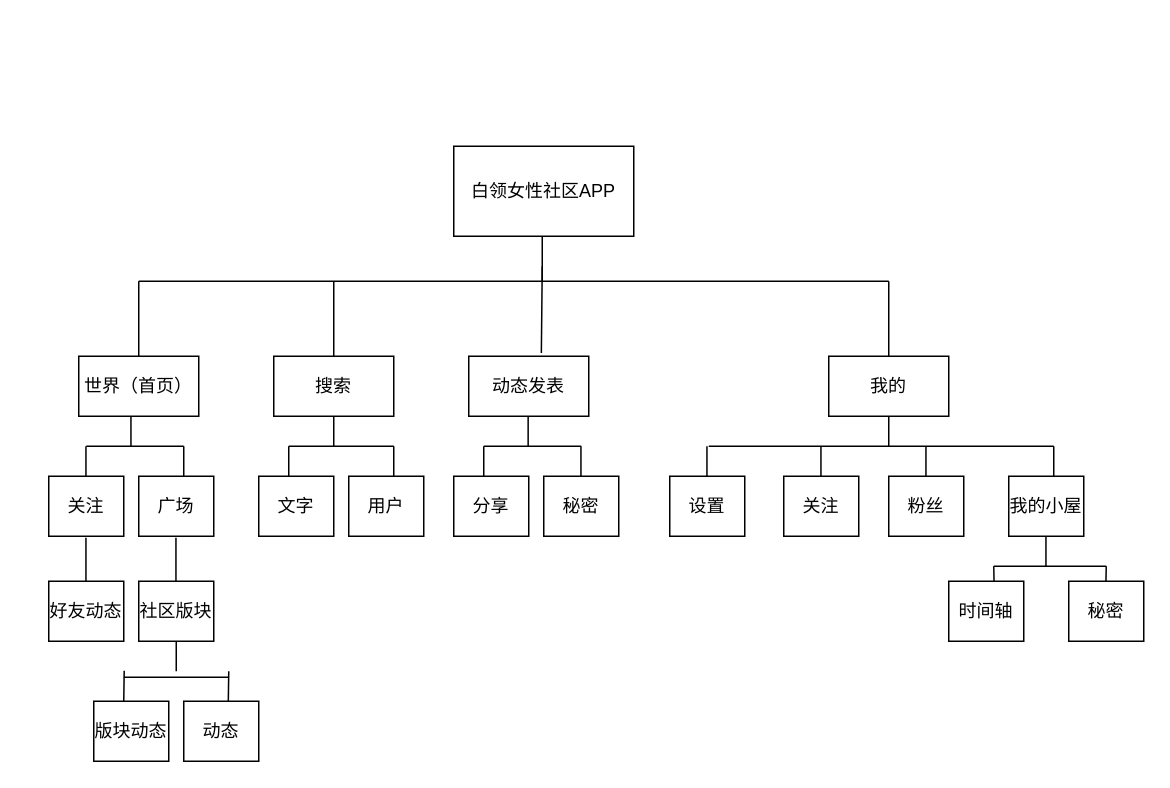
Above: page "Page-1" (1 of 2) of Untitled Diagram.drawio in Corkkly/officeLady (draw.io), before the change. Source tidied: cells renumbered, new cells numbered last; positions are measured from the earlier drawing's top-left corner, leaving out a move shared by most shapes. Both pictures are drawn from the tidied source at 150%, with x=0, y=0 at pixel (48, 146).
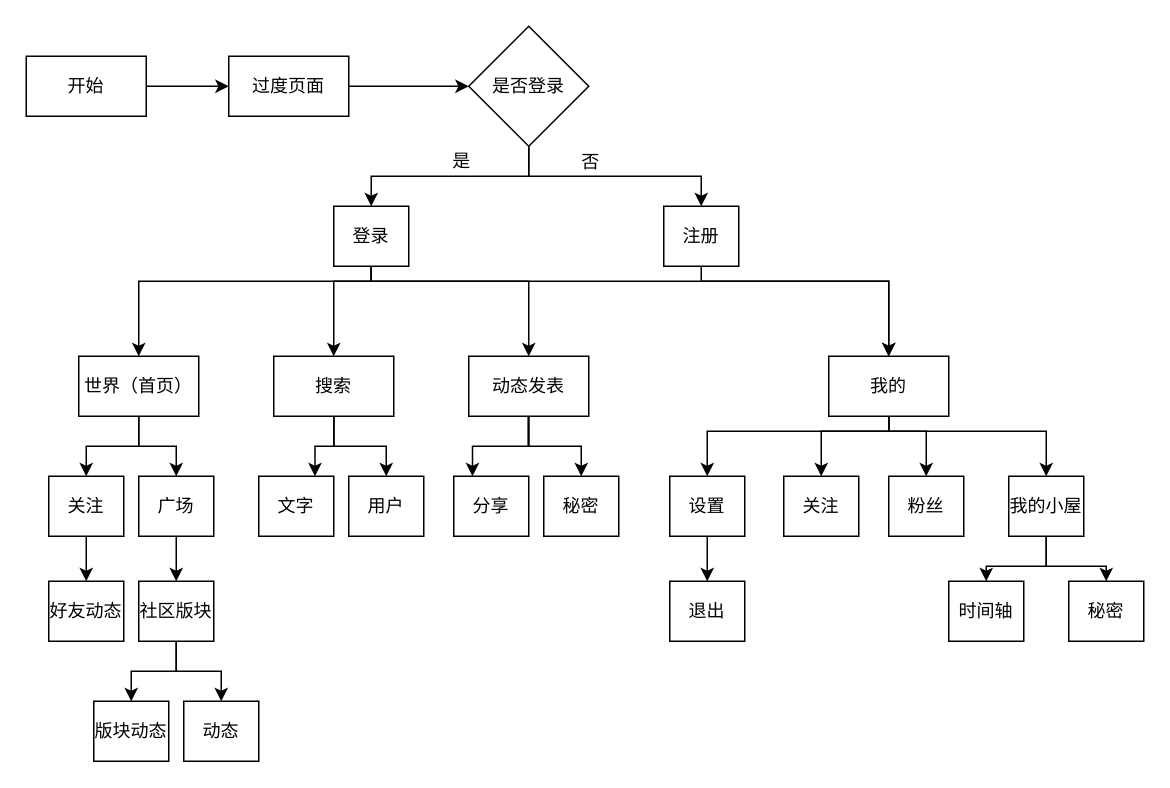
Above is the later version.

Commit message:
Update系统流程图.drawio

Unchanged cells that the change refers to:
```xml
<mxCell id="3" value="搜索" style="rounded=0;whiteSpace=wrap;html=1;" parent="1" vertex="1">
  <mxGeometry x="150" y="140" width="80" height="40" as="geometry" />
</mxCell>
<mxCell id="4" value="世界（首页）" style="rounded=0;whiteSpace=wrap;html=1;" parent="1" vertex="1">
  <mxGeometry x="20" y="140" width="80" height="40" as="geometry" />
</mxCell>
<mxCell id="5" value="动态发表" style="rounded=0;whiteSpace=wrap;html=1;" parent="1" vertex="1">
  <mxGeometry x="280" y="140" width="80" height="40" as="geometry" />
</mxCell>
<mxCell id="6" value="我的" style="rounded=0;whiteSpace=wrap;html=1;" parent="1" vertex="1">
  <mxGeometry x="520" y="140" width="80" height="40" as="geometry" />
</mxCell>
<mxCell id="7" value="关注" style="rounded=0;whiteSpace=wrap;html=1;" parent="1" vertex="1">
  <mxGeometry y="220" width="50" height="40" as="geometry" />
</mxCell>
<mxCell id="8" value="广场" style="rounded=0;whiteSpace=wrap;html=1;" parent="1" vertex="1">
  <mxGeometry x="60" y="220" width="50" height="40" as="geometry" />
</mxCell>
<mxCell id="9" value="好友动态" style="rounded=0;whiteSpace=wrap;html=1;" parent="1" vertex="1">
  <mxGeometry y="290" width="50" height="40" as="geometry" />
</mxCell>
<mxCell id="10" value="社区版块" style="rounded=0;whiteSpace=wrap;html=1;" parent="1" vertex="1">
  <mxGeometry x="60" y="290" width="50" height="40" as="geometry" />
</mxCell>
<mxCell id="11" value="用户" style="rounded=0;whiteSpace=wrap;html=1;" parent="1" vertex="1">
  <mxGeometry x="200" y="220" width="50" height="40" as="geometry" />
</mxCell>
<mxCell id="12" value="版块动态" style="rounded=0;whiteSpace=wrap;html=1;" parent="1" vertex="1">
  <mxGeometry x="30" y="370" width="50" height="40" as="geometry" />
</mxCell>
<mxCell id="13" value="文字" style="rounded=0;whiteSpace=wrap;html=1;" parent="1" vertex="1">
  <mxGeometry x="140" y="220" width="50" height="40" as="geometry" />
</mxCell>
<mxCell id="14" value="动态" style="rounded=0;whiteSpace=wrap;html=1;" parent="1" vertex="1">
  <mxGeometry x="90" y="370" width="50" height="40" as="geometry" />
</mxCell>
<mxCell id="15" value="分享" style="rounded=0;whiteSpace=wrap;html=1;" parent="1" vertex="1">
  <mxGeometry x="270" y="220" width="50" height="40" as="geometry" />
</mxCell>
<mxCell id="16" value="秘密" style="rounded=0;whiteSpace=wrap;html=1;" parent="1" vertex="1">
  <mxGeometry x="330" y="220" width="50" height="40" as="geometry" />
</mxCell>
<mxCell id="17" value="设置" style="rounded=0;whiteSpace=wrap;html=1;" parent="1" vertex="1">
  <mxGeometry x="414" y="220" width="50" height="40" as="geometry" />
</mxCell>
<mxCell id="18" value="关注" style="rounded=0;whiteSpace=wrap;html=1;" parent="1" vertex="1">
  <mxGeometry x="490" y="220" width="50" height="40" as="geometry" />
</mxCell>
<mxCell id="19" value="粉丝" style="rounded=0;whiteSpace=wrap;html=1;" parent="1" vertex="1">
  <mxGeometry x="560" y="220" width="50" height="40" as="geometry" />
</mxCell>
<mxCell id="20" value="我的小屋" style="rounded=0;whiteSpace=wrap;html=1;" parent="1" vertex="1">
  <mxGeometry x="640" y="220" width="50" height="40" as="geometry" />
</mxCell>
<mxCell id="21" value="时间轴" style="rounded=0;whiteSpace=wrap;html=1;" parent="1" vertex="1">
  <mxGeometry x="600" y="290" width="50" height="40" as="geometry" />
</mxCell>
<mxCell id="22" value="秘密&lt;br&gt;" style="rounded=0;whiteSpace=wrap;html=1;" parent="1" vertex="1">
  <mxGeometry x="680" y="290" width="50" height="40" as="geometry" />
</mxCell>
```

Diff of the diagram source:
```diff
@@
-    <mxCell id="2" value="白领女性社区APP" style="rounded=0;whiteSpace=wrap;html=1;" parent="1" vertex="1">
-      <mxGeometry x="270" width="120" height="60" as="geometry" />
-    </mxCell>
+    <mxCell id="58" style="edgeStyle=orthogonalEdgeStyle;rounded=0;jettySize=auto;html=1;entryX=0.75;entryY=0;entryDx=0;entryDy=0;" parent="1" edge="1" source="3" target="13">
+      <mxGeometry relative="1" as="geometry" />
+    </mxCell>
+    <mxCell id="59" style="edgeStyle=orthogonalEdgeStyle;rounded=0;jettySize=auto;html=1;entryX=0.5;entryY=0;entryDx=0;entryDy=0;" parent="1" edge="1" source="3" target="11">
+      <mxGeometry relative="1" as="geometry" />
+    </mxCell>
@@
+    <mxCell id="60" style="edgeStyle=orthogonalEdgeStyle;rounded=0;jettySize=auto;html=1;entryX=0.5;entryY=0;entryDx=0;entryDy=0;" parent="1" edge="1" source="4" target="7">
+      <mxGeometry relative="1" as="geometry">
+        <Array as="points">
+          <mxPoint x="60" y="200" />
+          <mxPoint x="25" y="200" />
+        </Array>
+      </mxGeometry>
+    </mxCell>
+    <mxCell id="61" style="edgeStyle=orthogonalEdgeStyle;rounded=0;jettySize=auto;html=1;entryX=0.5;entryY=0;entryDx=0;entryDy=0;" parent="1" edge="1" source="4" target="8">
+      <mxGeometry relative="1" as="geometry" />
+    </mxCell>
@@
+    <mxCell id="62" style="edgeStyle=orthogonalEdgeStyle;rounded=0;jettySize=auto;html=1;entryX=0.25;entryY=0;entryDx=0;entryDy=0;" parent="1" edge="1" source="5" target="15">
+      <mxGeometry relative="1" as="geometry" />
+    </mxCell>
+    <mxCell id="63" style="edgeStyle=orthogonalEdgeStyle;rounded=0;jettySize=auto;html=1;entryX=0.5;entryY=0;entryDx=0;entryDy=0;" parent="1" edge="1" source="5" target="16">
+      <mxGeometry relative="1" as="geometry" />
+    </mxCell>
@@
+    <mxCell id="64" style="edgeStyle=orthogonalEdgeStyle;rounded=0;jettySize=auto;html=1;entryX=0.5;entryY=0;entryDx=0;entryDy=0;" parent="1" edge="1" source="6" target="17">
+      <mxGeometry relative="1" as="geometry">
+        <Array as="points">
+          <mxPoint x="560" y="190" />
+          <mxPoint x="439" y="190" />
+        </Array>
+      </mxGeometry>
+    </mxCell>
+    <mxCell id="65" style="edgeStyle=orthogonalEdgeStyle;rounded=0;jettySize=auto;html=1;entryX=0.5;entryY=0;entryDx=0;entryDy=0;" parent="1" edge="1" source="6" target="18">
+      <mxGeometry relative="1" as="geometry">
+        <Array as="points">
+          <mxPoint x="560" y="190" />
+          <mxPoint x="515" y="190" />
+        </Array>
+      </mxGeometry>
+    </mxCell>
+    <mxCell id="66" style="edgeStyle=orthogonalEdgeStyle;rounded=0;jettySize=auto;html=1;entryX=0.5;entryY=0;entryDx=0;entryDy=0;" parent="1" edge="1" source="6" target="19">
+      <mxGeometry relative="1" as="geometry">
+        <Array as="points">
+          <mxPoint x="560" y="190" />
+          <mxPoint x="585" y="190" />
+        </Array>
+      </mxGeometry>
+    </mxCell>
+    <mxCell id="67" style="edgeStyle=orthogonalEdgeStyle;rounded=0;jettySize=auto;html=1;entryX=0.5;entryY=0;entryDx=0;entryDy=0;" parent="1" edge="1" source="6" target="20">
+      <mxGeometry relative="1" as="geometry">
+        <Array as="points">
+          <mxPoint x="560" y="190" />
+          <mxPoint x="665" y="190" />
+        </Array>
+      </mxGeometry>
+    </mxCell>
@@
+    <mxCell id="68" style="edgeStyle=orthogonalEdgeStyle;rounded=0;jettySize=auto;html=1;entryX=0.5;entryY=0;entryDx=0;entryDy=0;" parent="1" edge="1" source="7" target="9">
+      <mxGeometry relative="1" as="geometry" />
+    </mxCell>
@@
+    <mxCell id="69" style="edgeStyle=orthogonalEdgeStyle;rounded=0;jettySize=auto;html=1;entryX=0.5;entryY=0;entryDx=0;entryDy=0;" parent="1" edge="1" source="8" target="10">
+      <mxGeometry relative="1" as="geometry" />
+    </mxCell>
@@
+    <mxCell id="70" style="edgeStyle=orthogonalEdgeStyle;rounded=0;jettySize=auto;html=1;entryX=0.5;entryY=0;entryDx=0;entryDy=0;" parent="1" edge="1" source="10" target="12">
+      <mxGeometry relative="1" as="geometry" />
+    </mxCell>
+    <mxCell id="71" style="edgeStyle=orthogonalEdgeStyle;rounded=0;jettySize=auto;html=1;entryX=0.5;entryY=0;entryDx=0;entryDy=0;" parent="1" edge="1" source="10" target="14">
+      <mxGeometry relative="1" as="geometry" />
+    </mxCell>
@@
+    <mxCell id="72" style="edgeStyle=orthogonalEdgeStyle;rounded=0;jettySize=auto;html=1;" parent="1" edge="1" source="17" target="73">
+      <mxGeometry relative="1" as="geometry" />
+    </mxCell>
@@
+    <mxCell id="73" value="退出" style="rounded=0;whiteSpace=wrap;html=1;" parent="1" vertex="1">
+      <mxGeometry x="414" y="290" width="50" height="40" as="geometry" />
+    </mxCell>
@@
+    <mxCell id="74" style="edgeStyle=orthogonalEdgeStyle;rounded=0;jettySize=auto;html=1;entryX=0.5;entryY=0;entryDx=0;entryDy=0;" parent="1" edge="1" source="20" target="22">
+      <mxGeometry relative="1" as="geometry" />
+    </mxCell>
+    <mxCell id="75" style="edgeStyle=orthogonalEdgeStyle;rounded=0;jettySize=auto;html=1;entryX=0.5;entryY=0;entryDx=0;entryDy=0;" parent="1" edge="1" source="20" target="21">
+      <mxGeometry relative="1" as="geometry" />
+    </mxCell>
@@
-    <mxCell id="24" style="endArrow=none;html=1;" parent="1" edge="1">
-      <mxGeometry relative="1" as="geometry">
-        <mxPoint x="60" y="90" as="sourcePoint" />
-        <mxPoint x="560" y="90" as="targetPoint" />
-      </mxGeometry>
-    </mxCell>
-    <mxCell id="25" style="endArrow=none;html=1;" parent="1" edge="1">
-      <mxGeometry relative="1" as="geometry">
-        <mxPoint x="440" y="200" as="sourcePoint" />
-        <mxPoint x="670" y="200" as="targetPoint" />
-      </mxGeometry>
-    </mxCell>
-    <mxCell id="26" style="endArrow=none;html=1;" parent="1" edge="1">
-      <mxGeometry relative="1" as="geometry">
-        <mxPoint x="25" y="200" as="sourcePoint" />
-        <mxPoint x="90" y="200" as="targetPoint" />
-      </mxGeometry>
-    </mxCell>
-    <mxCell id="27" style="endArrow=none;html=1;" parent="1" edge="1">
-      <mxGeometry relative="1" as="geometry">
-        <mxPoint x="160" y="200" as="sourcePoint" />
-        <mxPoint x="230" y="200" as="targetPoint" />
-      </mxGeometry>
-    </mxCell>
-    <mxCell id="28" style="endArrow=none;html=1;" parent="1" edge="1">
-      <mxGeometry relative="1" as="geometry">
-        <mxPoint x="290" y="200" as="sourcePoint" />
-        <mxPoint x="355" y="200" as="targetPoint" />
-      </mxGeometry>
-    </mxCell>
-    <mxCell id="29" style="endArrow=none;html=1;" parent="1" edge="1">
-      <mxGeometry relative="1" as="geometry">
-        <mxPoint x="50" y="354" as="sourcePoint" />
-        <mxPoint x="120" y="354" as="targetPoint" />
-      </mxGeometry>
-    </mxCell>
-    <mxCell id="30" style="endArrow=none;html=1;" parent="1" edge="1">
-      <mxGeometry relative="1" as="geometry">
-        <mxPoint x="630" y="280" as="sourcePoint" />
-        <mxPoint x="705" y="280" as="targetPoint" />
-      </mxGeometry>
-    </mxCell>
-    <mxCell id="31" style="endArrow=none;html=1;" parent="1" edge="1">
-      <mxGeometry relative="1" as="geometry">
-        <mxPoint x="560" y="140" as="sourcePoint" />
-        <mxPoint x="560" y="90" as="targetPoint" />
-      </mxGeometry>
-    </mxCell>
-    <mxCell id="32" style="endArrow=none;html=1;" parent="1" edge="1">
-      <mxGeometry relative="1" as="geometry">
-        <mxPoint x="60" y="140" as="sourcePoint" />
-        <mxPoint x="60" y="90" as="targetPoint" />
-      </mxGeometry>
-    </mxCell>
-    <mxCell id="33" style="endArrow=none;html=1;" parent="1" edge="1">
-      <mxGeometry relative="1" as="geometry">
-        <mxPoint x="329" y="90" as="sourcePoint" />
-        <mxPoint x="329" y="60" as="targetPoint" />
-      </mxGeometry>
-    </mxCell>
-    <mxCell id="34" style="endArrow=none;html=1;" parent="1" edge="1">
-      <mxGeometry relative="1" as="geometry">
-        <mxPoint x="190" y="140" as="sourcePoint" />
-        <mxPoint x="190" y="90" as="targetPoint" />
-      </mxGeometry>
-    </mxCell>
-    <mxCell id="35" style="endArrow=none;html=1;exitX=0.605;exitY=-0.055;exitDx=0;exitDy=0;exitPerimeter=0;" parent="1" edge="1" source="5">
-      <mxGeometry relative="1" as="geometry">
-        <mxPoint x="329" y="80" as="targetPoint" />
-      </mxGeometry>
-    </mxCell>
-    <mxCell id="36" style="endArrow=none;html=1;" parent="1" edge="1">
-      <mxGeometry relative="1" as="geometry">
-        <mxPoint x="90" y="200" as="sourcePoint" />
-        <mxPoint x="90" y="220" as="targetPoint" />
-      </mxGeometry>
-    </mxCell>
-    <mxCell id="37" style="endArrow=none;html=1;" parent="1" edge="1">
-      <mxGeometry relative="1" as="geometry">
-        <mxPoint x="24.8" y="200" as="sourcePoint" />
-        <mxPoint x="24.8" y="220" as="targetPoint" />
-      </mxGeometry>
-    </mxCell>
-    <mxCell id="38" style="endArrow=none;html=1;" parent="1" edge="1">
-      <mxGeometry relative="1" as="geometry">
-        <mxPoint x="54.8" y="180" as="sourcePoint" />
-        <mxPoint x="54.8" y="200" as="targetPoint" />
-      </mxGeometry>
-    </mxCell>
@@
-    <mxCell id="40" style="endArrow=none;html=1;" parent="1" edge="1">
-      <mxGeometry relative="1" as="geometry">
-        <mxPoint x="160" y="200" as="sourcePoint" />
-        <mxPoint x="160" y="220" as="targetPoint" />
-      </mxGeometry>
-    </mxCell>
-    <mxCell id="41" style="endArrow=none;html=1;" parent="1" edge="1">
-      <mxGeometry relative="1" as="geometry">
-        <mxPoint x="230" y="200" as="sourcePoint" />
-        <mxPoint x="230" y="220" as="targetPoint" />
-      </mxGeometry>
-    </mxCell>
@@
-    <mxCell id="43" style="endArrow=none;html=1;" parent="1" edge="1">
-      <mxGeometry relative="1" as="geometry">
-        <mxPoint x="514.8" y="200" as="sourcePoint" />
-        <mxPoint x="514.8" y="220" as="targetPoint" />
-      </mxGeometry>
-    </mxCell>
-    <mxCell id="44" style="endArrow=none;html=1;" parent="1" edge="1">
-      <mxGeometry relative="1" as="geometry">
-        <mxPoint x="290" y="200" as="sourcePoint" />
-        <mxPoint x="290" y="220" as="targetPoint" />
-      </mxGeometry>
-    </mxCell>
-    <mxCell id="45" style="endArrow=none;html=1;" parent="1" edge="1">
-      <mxGeometry relative="1" as="geometry">
-        <mxPoint x="438.8" y="200" as="sourcePoint" />
-        <mxPoint x="438.8" y="220" as="targetPoint" />
-      </mxGeometry>
-    </mxCell>
-    <mxCell id="46" style="endArrow=none;html=1;" parent="1" edge="1">
-      <mxGeometry relative="1" as="geometry">
-        <mxPoint x="354.8" y="200" as="sourcePoint" />
-        <mxPoint x="354.8" y="220" as="targetPoint" />
-      </mxGeometry>
-    </mxCell>
-    <mxCell id="47" style="endArrow=none;html=1;" parent="1" edge="1">
-      <mxGeometry relative="1" as="geometry">
-        <mxPoint x="584.8" y="200" as="sourcePoint" />
-        <mxPoint x="584.8" y="220" as="targetPoint" />
-      </mxGeometry>
-    </mxCell>
-    <mxCell id="48" style="endArrow=none;html=1;" parent="1" edge="1">
-      <mxGeometry relative="1" as="geometry">
-        <mxPoint x="560" y="180" as="sourcePoint" />
-        <mxPoint x="560" y="200" as="targetPoint" />
-      </mxGeometry>
-    </mxCell>
-    <mxCell id="49" style="endArrow=none;html=1;" parent="1" edge="1">
-      <mxGeometry relative="1" as="geometry">
-        <mxPoint x="664.8" y="260" as="sourcePoint" />
-        <mxPoint x="664.8" y="280" as="targetPoint" />
-      </mxGeometry>
-    </mxCell>
-    <mxCell id="50" style="endArrow=none;html=1;" parent="1" edge="1">
-      <mxGeometry relative="1" as="geometry">
-        <mxPoint x="705" y="280" as="sourcePoint" />
-        <mxPoint x="704.8" y="290" as="targetPoint" />
-      </mxGeometry>
-    </mxCell>
-    <mxCell id="51" style="endArrow=none;html=1;" parent="1" edge="1">
-      <mxGeometry relative="1" as="geometry">
-        <mxPoint x="670" y="200" as="sourcePoint" />
-        <mxPoint x="670" y="220" as="targetPoint" />
-      </mxGeometry>
-    </mxCell>
-    <mxCell id="52" style="endArrow=none;html=1;" parent="1" edge="1">
-      <mxGeometry relative="1" as="geometry">
-        <mxPoint x="630" y="280" as="sourcePoint" />
-        <mxPoint x="630.2" y="290" as="targetPoint" />
-      </mxGeometry>
-    </mxCell>
-    <mxCell id="53" style="endArrow=none;html=1;" parent="1" edge="1">
-      <mxGeometry relative="1" as="geometry">
-        <mxPoint x="24.8" y="261" as="sourcePoint" />
-        <mxPoint x="24.8" y="290" as="targetPoint" />
-      </mxGeometry>
-    </mxCell>
-    <mxCell id="54" style="endArrow=none;html=1;" parent="1" edge="1">
-      <mxGeometry relative="1" as="geometry">
-        <mxPoint x="85" y="330" as="sourcePoint" />
-        <mxPoint x="85" y="350" as="targetPoint" />
-      </mxGeometry>
-    </mxCell>
-    <mxCell id="55" style="endArrow=none;html=1;entryX=0.594;entryY=0.008;entryDx=0;entryDy=0;entryPerimeter=0;" parent="1" edge="1" target="14">
-      <mxGeometry relative="1" as="geometry">
-        <mxPoint x="120" y="350" as="sourcePoint" />
-      </mxGeometry>
-    </mxCell>
-    <mxCell id="56" style="endArrow=none;html=1;entryX=0.594;entryY=0.008;entryDx=0;entryDy=0;entryPerimeter=0;" parent="1" edge="1">
-      <mxGeometry relative="1" as="geometry">
-        <mxPoint x="50.3" y="349.7" as="sourcePoint" />
-        <mxPoint x="50" y="370" as="targetPoint" />
-      </mxGeometry>
-    </mxCell>
-    <mxCell id="57" style="endArrow=none;html=1;" parent="1" edge="1">
-      <mxGeometry relative="1" as="geometry">
-        <mxPoint x="84.8" y="261" as="sourcePoint" />
-        <mxPoint x="84.8" y="290" as="targetPoint" />
-      </mxGeometry>
-    </mxCell>
+    <mxCell id="76" style="edgeStyle=orthogonalEdgeStyle;rounded=0;jettySize=auto;html=1;entryX=0;entryY=0.5;entryDx=0;entryDy=0;" parent="1" edge="1" source="77" target="79">
+      <mxGeometry relative="1" as="geometry" />
+    </mxCell>
+    <mxCell id="77" value="开始" style="rounded=0;whiteSpace=wrap;html=1;" parent="1" vertex="1">
+      <mxGeometry x="-15" y="-60" width="80" height="40" as="geometry" />
+    </mxCell>
+    <mxCell id="78" style="edgeStyle=orthogonalEdgeStyle;rounded=0;jettySize=auto;html=1;entryX=0;entryY=0.5;entryDx=0;entryDy=0;" parent="1" edge="1" source="79" target="83">
+      <mxGeometry relative="1" as="geometry" />
+    </mxCell>
+    <mxCell id="79" value="过度页面" style="rounded=0;whiteSpace=wrap;html=1;" parent="1" vertex="1">
+      <mxGeometry x="120" y="-60" width="80" height="40" as="geometry" />
+    </mxCell>
+    <mxCell id="80" style="edgeStyle=orthogonalEdgeStyle;rounded=0;jettySize=auto;html=1;entryX=0.5;entryY=0;entryDx=0;entryDy=0;" parent="1" edge="1" source="83" target="90">
+      <mxGeometry relative="1" as="geometry">
+        <Array as="points">
+          <mxPoint x="320" y="20" />
+          <mxPoint x="215" y="20" />
+        </Array>
+      </mxGeometry>
+    </mxCell>
+    <mxCell id="81" style="edgeStyle=orthogonalEdgeStyle;rounded=0;jettySize=auto;html=1;" parent="1" edge="1" source="83" target="85">
+      <mxGeometry relative="1" as="geometry">
+        <Array as="points">
+          <mxPoint x="320" y="20" />
+          <mxPoint x="435" y="20" />
+        </Array>
+      </mxGeometry>
+    </mxCell>
+    <mxCell id="82" value="否" style="text;html=1;align=center;verticalAlign=middle;" parent="81" vertex="1">
+      <mxGeometry x="-0.25" y="-4" relative="1" as="geometry">
+        <mxPoint x="2" y="-14" as="offset" />
+      </mxGeometry>
+    </mxCell>
+    <mxCell id="83" value="是否登录" style="rhombus;whiteSpace=wrap;html=1;" parent="1" vertex="1">
+      <mxGeometry x="280" y="-80" width="80" height="80" as="geometry" />
+    </mxCell>
+    <mxCell id="84" style="edgeStyle=orthogonalEdgeStyle;rounded=0;jettySize=auto;html=1;entryX=0.5;entryY=0;entryDx=0;entryDy=0;" parent="1" edge="1" source="85" target="6">
+      <mxGeometry relative="1" as="geometry">
+        <Array as="points">
+          <mxPoint x="435" y="90" />
+          <mxPoint x="560" y="90" />
+        </Array>
+      </mxGeometry>
+    </mxCell>
+    <mxCell id="85" value="注册" style="rounded=0;whiteSpace=wrap;html=1;" parent="1" vertex="1">
+      <mxGeometry x="410" y="40" width="50" height="40" as="geometry" />
+    </mxCell>
+    <mxCell id="86" style="edgeStyle=orthogonalEdgeStyle;rounded=0;jettySize=auto;html=1;entryX=0.5;entryY=0;entryDx=0;entryDy=0;" parent="1" edge="1" source="90" target="4">
+      <mxGeometry relative="1" as="geometry">
+        <Array as="points">
+          <mxPoint x="215" y="90" />
+          <mxPoint x="60" y="90" />
+        </Array>
+      </mxGeometry>
+    </mxCell>
+    <mxCell id="87" style="edgeStyle=orthogonalEdgeStyle;rounded=0;jettySize=auto;html=1;entryX=0.5;entryY=0;entryDx=0;entryDy=0;" parent="1" edge="1" source="90" target="3">
+      <mxGeometry relative="1" as="geometry">
+        <Array as="points">
+          <mxPoint x="215" y="90" />
+          <mxPoint x="190" y="90" />
+        </Array>
+      </mxGeometry>
+    </mxCell>
+    <mxCell id="88" style="edgeStyle=orthogonalEdgeStyle;rounded=0;jettySize=auto;html=1;entryX=0.5;entryY=0;entryDx=0;entryDy=0;" parent="1" edge="1" source="90" target="5">
+      <mxGeometry relative="1" as="geometry">
+        <Array as="points">
+          <mxPoint x="215" y="90" />
+          <mxPoint x="320" y="90" />
+        </Array>
+      </mxGeometry>
+    </mxCell>
+    <mxCell id="89" style="edgeStyle=orthogonalEdgeStyle;rounded=0;jettySize=auto;html=1;" parent="1" edge="1" source="90" target="6">
+      <mxGeometry relative="1" as="geometry">
+        <Array as="points">
+          <mxPoint x="215" y="90" />
+          <mxPoint x="560" y="90" />
+        </Array>
+      </mxGeometry>
+    </mxCell>
+    <mxCell id="90" value="登录" style="rounded=0;whiteSpace=wrap;html=1;" parent="1" vertex="1">
+      <mxGeometry x="190" y="40" width="50" height="40" as="geometry" />
+    </mxCell>
+    <mxCell id="91" value="是" style="text;html=1;align=center;verticalAlign=middle;" parent="1" vertex="1">
+      <mxGeometry x="260" width="30" height="20" as="geometry" />
+    </mxCell>
```
